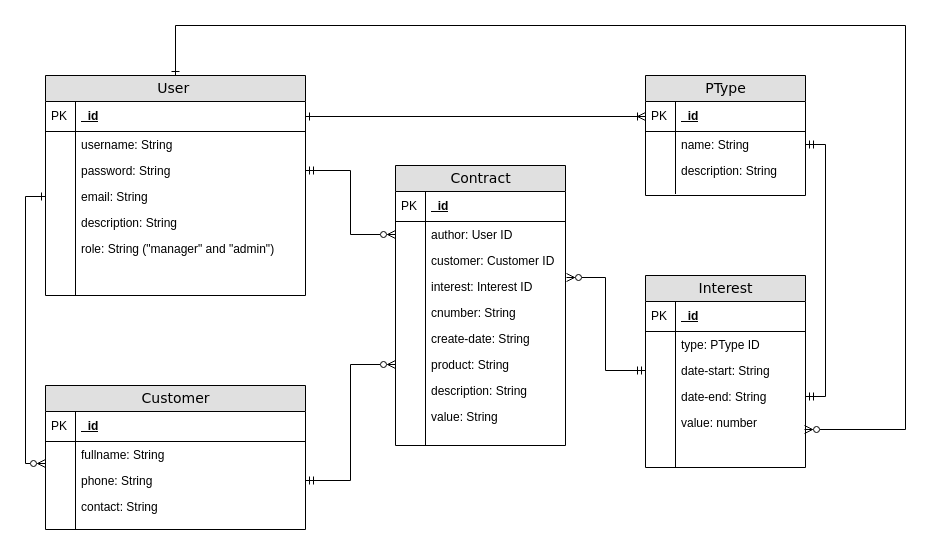
nhuttuan239/Pawn-BE keeps this draw.io diagram as docs/Entity relationship Diagram.drawio. Above is the earlier version. Source tidied: cells renumbered, new cells numbered last; positions are measured from the earlier drawing's top-left corner, leaving out a move shared by most shapes. Both pictures are drawn from the tidied source at 100%, with x=0, y=0 at pixel (45, 25).
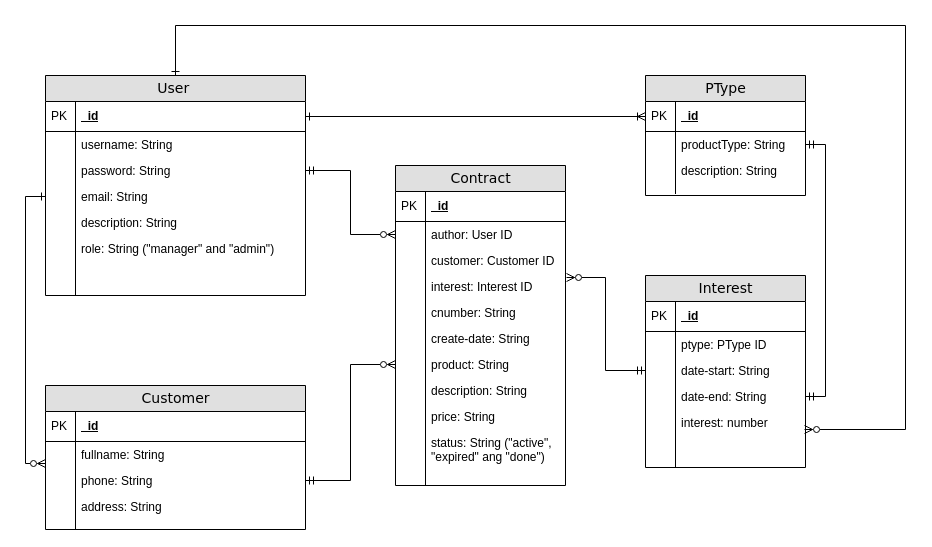
The same page after the edit.

The change refers to these unchanged cells:
```xml
<mxCell id="38" value="Interest" style="swimlane;html=1;fontStyle=0;horizontal=1;startSize=26;fillColor=#e0e0e0;swimlaneFillColor=#ffffff;align=center;rounded=0;shadow=0;comic=0;labelBackgroundColor=none;strokeWidth=1;fontFamily=Verdana;fontSize=14;" parent="1" vertex="1">
  <mxGeometry x="600" y="250" width="160" height="192" as="geometry" />
</mxCell>
<mxCell id="51" value="PType" style="swimlane;html=1;fontStyle=0;horizontal=1;startSize=26;fillColor=#e0e0e0;swimlaneFillColor=#ffffff;align=center;rounded=0;shadow=0;comic=0;labelBackgroundColor=none;strokeWidth=1;fontFamily=Verdana;fontSize=14;" parent="1" vertex="1">
  <mxGeometry x="600" y="50" width="160" height="120" as="geometry" />
</mxCell>
<mxCell id="60" value="Customer" style="swimlane;html=1;fontStyle=0;horizontal=1;startSize=26;fillColor=#e0e0e0;swimlaneFillColor=#ffffff;align=center;rounded=0;shadow=0;comic=0;labelBackgroundColor=none;strokeWidth=1;fontFamily=Verdana;fontSize=14;" parent="1" vertex="1">
  <mxGeometry y="360" width="260" height="144" as="geometry" />
</mxCell>
```

Diff of the diagram source:
```diff
@@
     <mxCell id="2" value="Contract" style="swimlane;html=1;fontStyle=0;horizontal=1;startSize=26;fillColor=#e0e0e0;swimlaneFillColor=#ffffff;align=center;rounded=0;shadow=0;comic=0;labelBackgroundColor=none;strokeWidth=1;fontFamily=Verdana;fontSize=14;swimlaneLine=1;" parent="1" vertex="1">
-      <mxGeometry x="350" y="140" width="170" height="280" as="geometry" />
+      <mxGeometry x="350" y="140" width="170" height="320" as="geometry" />
     </mxCell>
@@
-    <mxCell id="19" value="value: String" style="shape=partialRectangle;top=0;left=0;right=0;bottom=0;html=1;align=left;verticalAlign=top;fillColor=none;spacingLeft=34;spacingRight=4;whiteSpace=wrap;overflow=hidden;" parent="2" vertex="1">
+    <mxCell id="19" value="price: String" style="shape=partialRectangle;top=0;left=0;right=0;bottom=0;html=1;align=left;verticalAlign=top;fillColor=none;spacingLeft=34;spacingRight=4;whiteSpace=wrap;overflow=hidden;" parent="2" vertex="1">
       <mxGeometry y="238" width="170" height="26" as="geometry" />
     </mxCell>
@@
+    <mxCell id="78" value="status: String (&quot;active&quot;, &quot;expired&quot; ang &quot;done&quot;)" style="shape=partialRectangle;top=0;left=0;right=0;bottom=0;html=1;align=left;verticalAlign=top;fillColor=none;spacingLeft=34;spacingRight=4;whiteSpace=wrap;overflow=hidden;" parent="2" vertex="1">
+      <mxGeometry y="264" width="170" height="46" as="geometry" />
+    </mxCell>
+    <mxCell id="79" style="shape=partialRectangle;top=0;left=0;bottom=0;html=1;fillColor=none;align=left;verticalAlign=top;spacingLeft=4;spacingRight=4;whiteSpace=wrap;overflow=hidden;" parent="78" vertex="1">
+      <mxGeometry width="30" height="46" as="geometry" />
+    </mxCell>
     <mxCell id="21" style="shape=partialRectangle;top=0;left=0;right=0;bottom=0;html=1;align=left;verticalAlign=top;fillColor=none;spacingLeft=34;spacingRight=4;whiteSpace=wrap;overflow=hidden;" parent="2" vertex="1">
-      <mxGeometry y="264" width="170" height="16" as="geometry" />
+      <mxGeometry y="310" width="170" height="10" as="geometry" />
     </mxCell>
     <mxCell id="22" style="shape=partialRectangle;top=0;left=0;bottom=0;html=1;fillColor=none;align=left;verticalAlign=top;spacingLeft=4;spacingRight=4;whiteSpace=wrap;overflow=hidden;" parent="21" vertex="1">
-      <mxGeometry width="30" height="16" as="geometry" />
+      <mxGeometry width="30" height="10" as="geometry" />
     </mxCell>
@@
-    <mxCell id="41" value="type: PType ID" style="shape=partialRectangle;top=0;left=0;right=0;bottom=0;html=1;align=left;verticalAlign=top;fillColor=none;spacingLeft=34;spacingRight=4;whiteSpace=wrap;overflow=hidden;" parent="38" vertex="1">
+    <mxCell id="41" value="ptype: PType ID" style="shape=partialRectangle;top=0;left=0;right=0;bottom=0;html=1;align=left;verticalAlign=top;fillColor=none;spacingLeft=34;spacingRight=4;whiteSpace=wrap;overflow=hidden;" parent="38" vertex="1">
       <mxGeometry y="56" width="160" height="26" as="geometry" />
     </mxCell>
@@
-    <mxCell id="47" value="value: number" style="shape=partialRectangle;top=0;left=0;right=0;bottom=0;html=1;align=left;verticalAlign=top;fillColor=none;spacingLeft=34;spacingRight=4;whiteSpace=wrap;overflow=hidden;" parent="38" vertex="1">
+    <mxCell id="47" value="interest&lt;span style=&quot;background-color: initial;&quot;&gt;: number&lt;/span&gt;" style="shape=partialRectangle;top=0;left=0;right=0;bottom=0;html=1;align=left;verticalAlign=top;fillColor=none;spacingLeft=34;spacingRight=4;whiteSpace=wrap;overflow=hidden;" parent="38" vertex="1">
       <mxGeometry y="134" width="160" height="26" as="geometry" />
     </mxCell>
@@
-    <mxCell id="54" value="name: String" style="shape=partialRectangle;top=0;left=0;right=0;bottom=0;html=1;align=left;verticalAlign=top;fillColor=none;spacingLeft=34;spacingRight=4;whiteSpace=wrap;overflow=hidden;points=[[0,0.5],[1,0.5]];portConstraint=eastwest;" parent="51" vertex="1">
+    <mxCell id="54" value="productType: String" style="shape=partialRectangle;top=0;left=0;right=0;bottom=0;html=1;align=left;verticalAlign=top;fillColor=none;spacingLeft=34;spacingRight=4;whiteSpace=wrap;overflow=hidden;points=[[0,0.5],[1,0.5]];portConstraint=eastwest;" parent="51" vertex="1">
       <mxGeometry y="56" width="160" height="26" as="geometry" />
     </mxCell>
@@
-    <mxCell id="67" value="contact: String" style="shape=partialRectangle;top=0;left=0;right=0;bottom=0;html=1;align=left;verticalAlign=top;fillColor=none;spacingLeft=34;spacingRight=4;whiteSpace=wrap;overflow=hidden;" parent="60" vertex="1">
+    <mxCell id="67" value="address: String" style="shape=partialRectangle;top=0;left=0;right=0;bottom=0;html=1;align=left;verticalAlign=top;fillColor=none;spacingLeft=34;spacingRight=4;whiteSpace=wrap;overflow=hidden;" parent="60" vertex="1">
       <mxGeometry y="108" width="260" height="26" as="geometry" />
     </mxCell>
```
